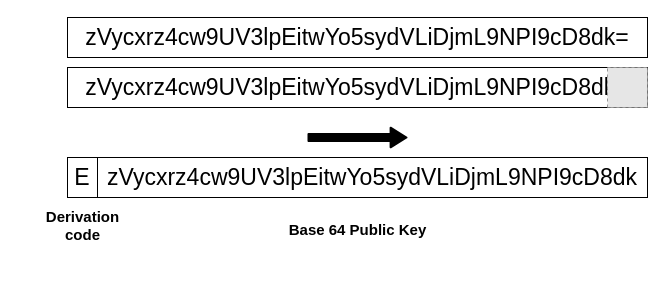
This is docs/discover/identity.drawio from opencanarias/taple-docsite, a draw.io file, before an edit. Source tidied: cells renumbered, new cells numbered last; positions are measured from the earlier drawing's top-left corner, leaving out a move shared by most shapes. Both pictures are drawn from the tidied source at 100%, with x=0, y=0 at pixel (37, 17). Pictures stored in the file or linked from it are replaced by grey dashed boxes.
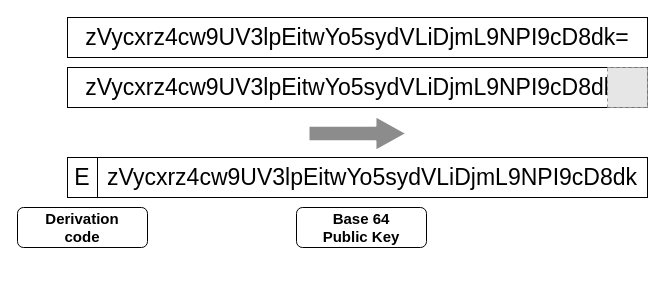
The same page after the edit.

Commit message (it also covers changes not shown here):
Identity page improvements

What changed in the source:
```diff
@@
 <mxGraphModel>
   <root>
     <mxCell id="0" />
     <mxCell id="1" parent="0" />
     <mxCell id="2" value="&lt;font style=&quot;font-size: 23px;&quot;&gt;zVycxrz4cw9UV3lpEitwYo5sydVLiDjmL9NPI9cD8dk=&lt;/font&gt;" style="rounded=0;whiteSpace=wrap;html=1;" parent="1" vertex="1">
       <mxGeometry x="30" width="580" height="40" as="geometry" />
     </mxCell>
     <mxCell id="3" value="&lt;font style=&quot;font-size: 23px;&quot;&gt;zVycxrz4cw9UV3lpEitwYo5sydVLiDjmL9NPI9cD8dk=&lt;/font&gt;" style="rounded=0;whiteSpace=wrap;html=1;" parent="1" vertex="1">
       <mxGeometry x="30" y="50" width="580" height="40" as="geometry" />
     </mxCell>
     <mxCell id="4" style="fillColor=#E6E6E6;strokeColor=#999999;dashed=1;html=1;verticalAlign=top;verticalLabelPosition=bottom;labelBackgroundColor=#ffffff;fontSize=35;fontColor=#FF0000;" parent="1" vertex="1">
       <mxGeometry x="570" y="50" width="40" height="40" as="geometry" />
     </mxCell>
     <mxCell id="5" style="group;" parent="1" vertex="1">
       <mxGeometry x="30" y="140" width="580" height="40" as="geometry" />
     </mxCell>
     <mxCell id="6" value="&lt;font style=&quot;font-size: 23px;&quot;&gt;zVycxrz4cw9UV3lpEitwYo5sydVLiDjmL9NPI9cD8dk&lt;/font&gt;" style="rounded=0;whiteSpace=wrap;html=1;" parent="5" vertex="1">
       <mxGeometry x="30" width="550" height="40" as="geometry" />
     </mxCell>
     <mxCell id="7" value="&lt;font style=&quot;font-size: 23px;&quot;&gt;E&lt;/font&gt;" style="rounded=0;whiteSpace=wrap;html=1;" parent="5" vertex="1">
       <mxGeometry width="30" height="40" as="geometry" />
     </mxCell>
-    <mxCell id="8" style="shape=flexArrow;endArrow=classic;html=1;strokeWidth=2;fontSize=35;fontColor=#FF0000;width=6.19047619047619;endSize=4.633333333333334;endWidth=10.38548752834467;fillColor=#000000;" parent="1" edge="1">
+    <mxCell id="8" style="shape=flexArrow;endArrow=classic;html=1;strokeWidth=2;fontSize=35;fontColor=#FF0000;width=14.285714285714285;endSize=9.68095238095238;endWidth=17.528344671201815;fillColor=#8C8C8C;strokeColor=#FFFFFF;" parent="1" edge="1">
       <mxGeometry relative="1" as="geometry">
-        <mxPoint x="270" y="120" as="sourcePoint" />
-        <mxPoint x="370" y="120" as="targetPoint" />
+        <mxPoint x="270" y="116" as="sourcePoint" />
+        <mxPoint x="370" y="116" as="targetPoint" />
       </mxGeometry>
     </mxCell>
-    <mxCell id="9" value="&lt;font style=&quot;font-size: 15px;&quot; color=&quot;#000000&quot;&gt;Base 64 Public Key&lt;/font&gt;" style="text;html=1;strokeColor=none;fillColor=none;align=center;verticalAlign=middle;whiteSpace=wrap;rounded=0;fontSize=35;fontColor=#FF0000;fontStyle=1;" parent="1" vertex="1">
-      <mxGeometry x="150.8" y="190" width="338.5" height="30" as="geometry" />
+    <mxCell id="9" value="&lt;b style=&quot;font-size: 15px;&quot;&gt;Base 64&lt;br&gt;Public Key&lt;/b&gt;" style="rounded=1;whiteSpace=wrap;html=1;" parent="1" vertex="1">
+      <mxGeometry x="259" y="190" width="130" height="40" as="geometry" />
     </mxCell>
-    <mxCell id="10" value="&lt;p style=&quot;line-height: 30%;&quot;&gt;&lt;font style=&quot;font-size: 15px;&quot; color=&quot;#000000&quot;&gt;Derivation&lt;br&gt;code&lt;br&gt;&lt;/font&gt;&lt;/p&gt;" style="text;html=1;strokeColor=none;fillColor=none;align=center;verticalAlign=middle;rounded=0;fontSize=35;fontColor=#FF0000;fontStyle=1;" parent="1" vertex="1">
-      <mxGeometry y="190" width="90" height="30" as="geometry" />
+    <mxCell id="10" value="&lt;span style=&quot;font-size: 15px;&quot;&gt;&lt;b&gt;Derivation&lt;br&gt;code&lt;/b&gt;&lt;/span&gt;" style="rounded=1;whiteSpace=wrap;html=1;" parent="1" vertex="1">
+      <mxGeometry x="-20" y="190" width="130" height="40" as="geometry" />
     </mxCell>
   </root>
 </mxGraphModel>
```
